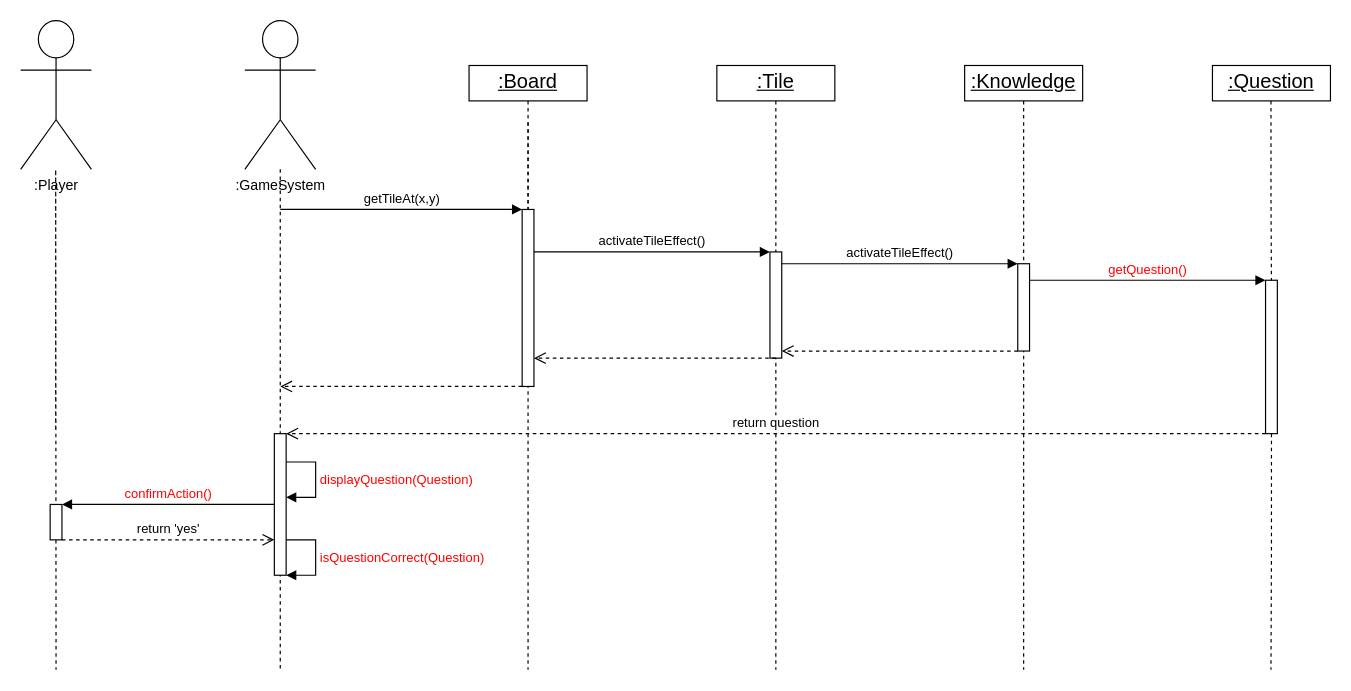
Before: page "Encounter Knowledge" (4 of 5) of Deliverables/Semester 1/PDF Report/Diagrams/Sequence Diagrams/Peter's Sequence diagrams.drawio in Xelodico/engineers-without-borders, a draw.io diagram. Source tidied: cells renumbered, new cells numbered last; positions are measured from the earlier drawing's top-left corner, leaving out a move shared by most shapes. Both pictures are drawn from the tidied source at 118%, with x=0, y=0 at pixel (20, 20).
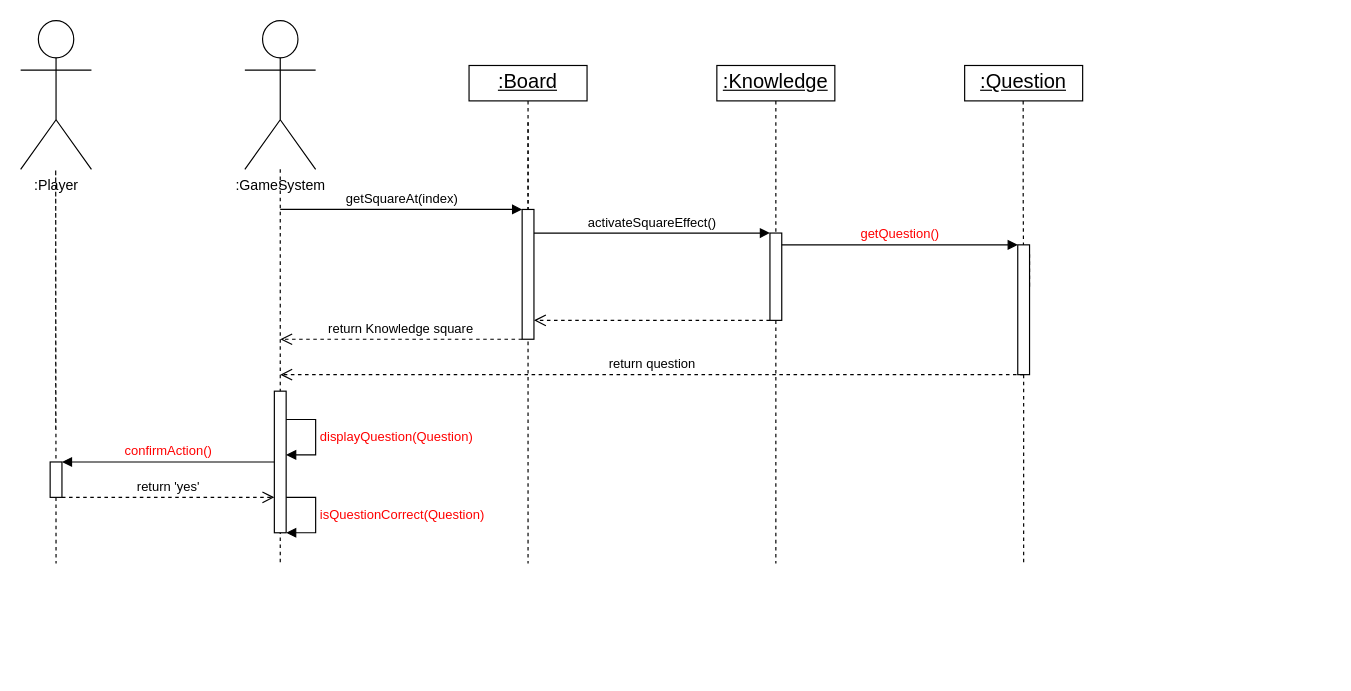
The same diagram, later.

The change refers to these unchanged cells:
```xml
<mxCell id="2" value=":GameSystem" style="shape=umlActor;verticalLabelPosition=bottom;verticalAlign=top;html=1;outlineConnect=0;" parent="1" vertex="1">
  <mxGeometry x="190" width="60" height="126" as="geometry" />
</mxCell>
```

Diff of the diagram source:
```diff
@@
-    <mxCell id="3" value="getTileAt(x,y)" style="html=1;verticalAlign=bottom;endArrow=block;curved=0;rounded=0;" parent="1" edge="1">
+    <mxCell id="3" value="getSquareAt(index)" style="html=1;verticalAlign=bottom;endArrow=block;curved=0;rounded=0;" parent="1" edge="1">
       <mxGeometry relative="1" as="geometry">
         <mxPoint x="220" y="160" as="sourcePoint" />
         <mxPoint x="425" y="160" as="targetPoint" />
       </mxGeometry>
     </mxCell>
@@
     <mxCell id="5" style="edgeStyle=orthogonalEdgeStyle;rounded=0;orthogonalLoop=1;jettySize=auto;html=1;dashed=1;endArrow=none;endFill=0;exitX=0.5;exitY=1;exitDx=0;exitDy=0;" parent="1" edge="1">
       <mxGeometry relative="1" as="geometry">
         <mxPoint x="430" y="86" as="sourcePoint" />
-        <mxPoint x="430" y="550" as="targetPoint" />
+        <mxPoint x="430" y="460" as="targetPoint" />
         <Array as="points">
           <mxPoint x="430" y="376" />
         </Array>
       </mxGeometry>
     </mxCell>
-    <mxCell id="6" style="html=1;verticalAlign=bottom;endArrow=open;dashed=1;endSize=8;curved=0;rounded=0;" parent="1" edge="1" source="8">
+    <mxCell id="6" value="return Knowledge square" style="html=1;verticalAlign=bottom;endArrow=open;dashed=1;endSize=8;curved=0;rounded=0;" parent="1" edge="1" source="8">
       <mxGeometry relative="1" as="geometry">
-        <mxPoint x="220" y="310" as="targetPoint" />
+        <mxPoint x="220" y="270" as="targetPoint" />
       </mxGeometry>
     </mxCell>
@@
     <mxCell id="8" style="html=1;points=[[0,0,0,0,5],[0,1,0,0,-5],[1,0,0,0,5],[1,1,0,0,-5]];perimeter=orthogonalPerimeter;outlineConnect=0;targetShapes=umlLifeline;portConstraint=eastwest;newEdgeStyle={&quot;curved&quot;:0,&quot;rounded&quot;:0};" parent="1" vertex="1">
-      <mxGeometry x="425" y="160" width="10" height="150" as="geometry" />
+      <mxGeometry x="425" y="160" width="10" height="110" as="geometry" />
     </mxCell>
-    <mxCell id="9" style="edgeStyle=orthogonalEdgeStyle;rounded=0;jettySize=auto;html=1;dashed=1;endArrow=none;endFill=0;exitX=0.5;exitY=1;exitDx=0;exitDy=0;" parent="1" edge="1" source="13">
-      <mxGeometry relative="1" as="geometry">
-        <mxPoint x="640" y="550" as="targetPoint" />
-      </mxGeometry>
-    </mxCell>
-    <mxCell id="10" style="html=1;points=[[0,0,0,0,5],[0,1,0,0,-5],[1,0,0,0,5],[1,1,0,0,-5]];perimeter=orthogonalPerimeter;outlineConnect=0;targetShapes=umlLifeline;portConstraint=eastwest;newEdgeStyle={&quot;curved&quot;:0,&quot;rounded&quot;:0};" parent="1" vertex="1">
-      <mxGeometry x="635" y="196" width="10" height="90" as="geometry" />
-    </mxCell>
-    <mxCell id="11" value="activateTileEffect()" style="html=1;verticalAlign=bottom;endArrow=block;curved=0;rounded=0;" parent="1" edge="1" target="10">
-      <mxGeometry relative="1" as="geometry">
-        <mxPoint x="435" y="196" as="sourcePoint" />
-      </mxGeometry>
-    </mxCell>
-    <mxCell id="12" style="html=1;verticalAlign=bottom;endArrow=open;dashed=1;endSize=8;curved=0;rounded=0;" parent="1" edge="1">
-      <mxGeometry relative="1" as="geometry">
-        <mxPoint x="640" y="286" as="sourcePoint" />
-        <mxPoint x="435" y="286" as="targetPoint" />
-      </mxGeometry>
-    </mxCell>
-    <mxCell id="13" value=":Tile" style="html=1;whiteSpace=wrap;fontStyle=4;fontSize=17;horizontal=1;" parent="1" vertex="1">
-      <mxGeometry x="590" y="38" width="100" height="30" as="geometry" />
-    </mxCell>
     <mxCell id="14" value=":Knowledge" style="html=1;whiteSpace=wrap;fontStyle=4;fontSize=17;horizontal=1;" parent="1" vertex="1">
-      <mxGeometry x="800" y="38" width="100" height="30" as="geometry" />
+      <mxGeometry x="590" y="38" width="100" height="30" as="geometry" />
     </mxCell>
     <mxCell id="15" style="edgeStyle=orthogonalEdgeStyle;rounded=0;jettySize=auto;html=1;dashed=1;endArrow=none;endFill=0;exitX=0.5;exitY=1;exitDx=0;exitDy=0;" parent="1" edge="1" source="14">
       <mxGeometry relative="1" as="geometry">
-        <mxPoint x="850" y="550" as="targetPoint" />
+        <mxPoint x="640" y="460" as="targetPoint" />
       </mxGeometry>
     </mxCell>
     <mxCell id="16" style="html=1;perimeter=orthogonalPerimeter;targetShapes=umlLifeline;newEdgeStyle={&quot;curved&quot;:0,&quot;rounded&quot;:0};" parent="1" vertex="1">
-      <mxGeometry x="845" y="206" width="10" height="74" as="geometry" />
+      <mxGeometry x="635" y="180" width="10" height="74" as="geometry" />
     </mxCell>
-    <mxCell id="17" value="activateTileEffect()" style="html=1;verticalAlign=bottom;endArrow=block;curved=0;rounded=0;" parent="1" edge="1">
+    <mxCell id="17" value="activateSquareEffect()" style="html=1;verticalAlign=bottom;endArrow=block;curved=0;rounded=0;" parent="1" edge="1">
       <mxGeometry relative="1" as="geometry">
-        <mxPoint x="645" y="206" as="sourcePoint" />
-        <mxPoint x="845" y="206" as="targetPoint" />
+        <mxPoint x="435" y="180" as="sourcePoint" />
+        <mxPoint x="635" y="180" as="targetPoint" />
       </mxGeometry>
     </mxCell>
     <mxCell id="18" style="html=1;verticalAlign=bottom;endArrow=open;dashed=1;endSize=8;curved=0;rounded=0;" parent="1" edge="1">
       <mxGeometry relative="1" as="geometry">
-        <mxPoint x="845" y="280" as="sourcePoint" />
-        <mxPoint x="645" y="280" as="targetPoint" />
+        <mxPoint x="635" y="254" as="sourcePoint" />
+        <mxPoint x="435" y="254" as="targetPoint" />
       </mxGeometry>
     </mxCell>
@@
     <mxCell id="20" style="edgeStyle=orthogonalEdgeStyle;rounded=0;orthogonalLoop=1;jettySize=auto;html=1;dashed=1;endArrow=none;endFill=0;" parent="1" edge="1">
       <mxGeometry relative="1" as="geometry">
         <mxPoint x="29.7" y="346" as="sourcePoint" />
-        <mxPoint x="30" y="550" as="targetPoint" />
+        <mxPoint x="30" y="460" as="targetPoint" />
         <Array as="points">
           <mxPoint x="29.7" y="126" />
           <mxPoint x="29.7" y="126" />
         </Array>
       </mxGeometry>
     </mxCell>
     <mxCell id="21" value="confirmAction()" style="html=1;verticalAlign=bottom;endArrow=block;curved=0;rounded=0;entryX=1;entryY=0;entryDx=0;entryDy=5;entryPerimeter=0;fontColor=#FF0000;" parent="1" edge="1">
       <mxGeometry relative="1" as="geometry">
-        <mxPoint x="215" y="410" as="sourcePoint" />
-        <mxPoint x="35" y="410" as="targetPoint" />
+        <mxPoint x="215" y="374" as="sourcePoint" />
+        <mxPoint x="35" y="374" as="targetPoint" />
       </mxGeometry>
     </mxCell>
     <mxCell id="22" style="edgeStyle=orthogonalEdgeStyle;rounded=0;jettySize=auto;html=1;dashed=1;endArrow=none;endFill=0;" parent="1" edge="1" source="2">
       <mxGeometry relative="1" as="geometry">
-        <mxPoint x="220" y="550" as="targetPoint" />
+        <mxPoint x="220" y="460" as="targetPoint" />
         <Array as="points">
           <mxPoint x="220" y="330" />
           <mxPoint x="220" y="330" />
         </Array>
       </mxGeometry>
     </mxCell>
     <mxCell id="23" style="html=1;perimeter=orthogonalPerimeter;targetShapes=umlLifeline;newEdgeStyle={&quot;curved&quot;:0,&quot;rounded&quot;:0};" parent="1" vertex="1">
-      <mxGeometry x="215" y="350" width="10" height="120" as="geometry" />
+      <mxGeometry x="215" y="314" width="10" height="120" as="geometry" />
     </mxCell>
     <mxCell id="24" value="displayQuestion(Question)" style="html=1;align=left;spacingLeft=2;endArrow=block;rounded=0;edgeStyle=orthogonalEdgeStyle;curved=0;rounded=0;fontColor=#FF0000;" parent="1" edge="1">
       <mxGeometry relative="1" as="geometry">
-        <mxPoint x="225" y="374" as="sourcePoint" />
-        <mxPoint x="225" y="404" as="targetPoint" />
+        <mxPoint x="225" y="338" as="sourcePoint" />
+        <mxPoint x="225" y="368" as="targetPoint" />
         <Array as="points">
-          <mxPoint x="250" y="404" />
+          <mxPoint x="250" y="368" />
         </Array>
       </mxGeometry>
     </mxCell>
     <mxCell id="25" value="return 'yes'" style="html=1;verticalAlign=bottom;endArrow=open;dashed=1;endSize=8;curved=0;rounded=0;" parent="1" edge="1">
       <mxGeometry relative="1" as="geometry">
-        <mxPoint x="35" y="440" as="sourcePoint" />
-        <mxPoint x="215" y="440" as="targetPoint" />
+        <mxPoint x="35" y="404" as="sourcePoint" />
+        <mxPoint x="215" y="404" as="targetPoint" />
       </mxGeometry>
     </mxCell>
     <mxCell id="26" style="html=1;perimeter=orthogonalPerimeter;targetShapes=umlLifeline;newEdgeStyle={&quot;curved&quot;:0,&quot;rounded&quot;:0};" parent="1" vertex="1">
-      <mxGeometry x="25" y="410" width="10" height="30" as="geometry" />
+      <mxGeometry x="25" y="374" width="10" height="30" as="geometry" />
     </mxCell>
     <mxCell id="27" value=":Question" style="html=1;whiteSpace=wrap;fontStyle=4;fontSize=17;horizontal=1;" parent="1" vertex="1">
-      <mxGeometry x="1010" y="38" width="100" height="30" as="geometry" />
+      <mxGeometry x="800" y="38" width="100" height="30" as="geometry" />
     </mxCell>
     <mxCell id="28" style="edgeStyle=orthogonalEdgeStyle;rounded=0;jettySize=auto;html=1;dashed=1;endArrow=none;endFill=0;exitX=0.5;exitY=1;exitDx=0;exitDy=0;" parent="1" edge="1" source="31">
       <mxGeometry relative="1" as="geometry">
-        <mxPoint x="1059.6" y="550" as="targetPoint" />
+        <mxPoint x="850" y="460" as="targetPoint" />
       </mxGeometry>
     </mxCell>
     <mxCell id="29" value="getQuestion()" style="html=1;verticalAlign=bottom;endArrow=block;curved=0;rounded=0;fontColor=#FF0000;" parent="1" edge="1">
       <mxGeometry relative="1" as="geometry">
-        <mxPoint x="855" y="220" as="sourcePoint" />
-        <mxPoint x="1055" y="220" as="targetPoint" />
+        <mxPoint x="645" y="190" as="sourcePoint" />
+        <mxPoint x="845" y="190" as="targetPoint" />
       </mxGeometry>
     </mxCell>
     <mxCell id="30" style="edgeStyle=orthogonalEdgeStyle;rounded=0;jettySize=auto;html=1;dashed=1;endArrow=none;endFill=0;exitX=0.5;exitY=1;exitDx=0;exitDy=0;entryX=1;entryY=0;entryDx=0;entryDy=5;entryPerimeter=0;" parent="1" edge="1" target="31">
       <mxGeometry relative="1" as="geometry">
-        <mxPoint x="1059.6" y="68" as="sourcePoint" />
+        <mxPoint x="849.6" y="68" as="sourcePoint" />
         <Array as="points">
-          <mxPoint x="1060" y="145" />
-          <mxPoint x="1060" y="145" />
-          <mxPoint x="1060" y="225" />
+          <mxPoint x="850" y="145" />
+          <mxPoint x="850" y="145" />
+          <mxPoint x="850" y="225" />
         </Array>
       </mxGeometry>
     </mxCell>
     <mxCell id="31" style="html=1;points=[[0,0,0,0,5],[0,1,0,0,-5],[1,0,0,0,5],[1,1,0,0,-5]];perimeter=orthogonalPerimeter;outlineConnect=0;targetShapes=umlLifeline;portConstraint=eastwest;newEdgeStyle={&quot;curved&quot;:0,&quot;rounded&quot;:0};" parent="1" vertex="1">
-      <mxGeometry x="1055" y="220" width="10" height="130" as="geometry" />
+      <mxGeometry x="845" y="190" width="10" height="110" as="geometry" />
     </mxCell>
     <mxCell id="32" value="return question" style="html=1;verticalAlign=bottom;endArrow=open;dashed=1;endSize=8;curved=0;rounded=0;" parent="1" edge="1">
       <mxGeometry relative="1" as="geometry">
-        <mxPoint x="1055" y="350" as="sourcePoint" />
-        <mxPoint x="225" y="350" as="targetPoint" />
+        <mxPoint x="850" y="300" as="sourcePoint" />
+        <mxPoint x="220" y="300" as="targetPoint" />
       </mxGeometry>
     </mxCell>
     <mxCell id="33" value="isQuestionCorrect(Question)" style="html=1;align=left;spacingLeft=2;endArrow=block;rounded=0;edgeStyle=orthogonalEdgeStyle;curved=0;rounded=0;fontColor=#FF0000;" parent="1" edge="1">
       <mxGeometry relative="1" as="geometry">
-        <mxPoint x="225" y="440" as="sourcePoint" />
-        <mxPoint x="225" y="470" as="targetPoint" />
+        <mxPoint x="225" y="404" as="sourcePoint" />
+        <mxPoint x="225" y="434" as="targetPoint" />
         <Array as="points">
-          <mxPoint x="250" y="470" />
+          <mxPoint x="250" y="434" />
         </Array>
       </mxGeometry>
     </mxCell>
```
